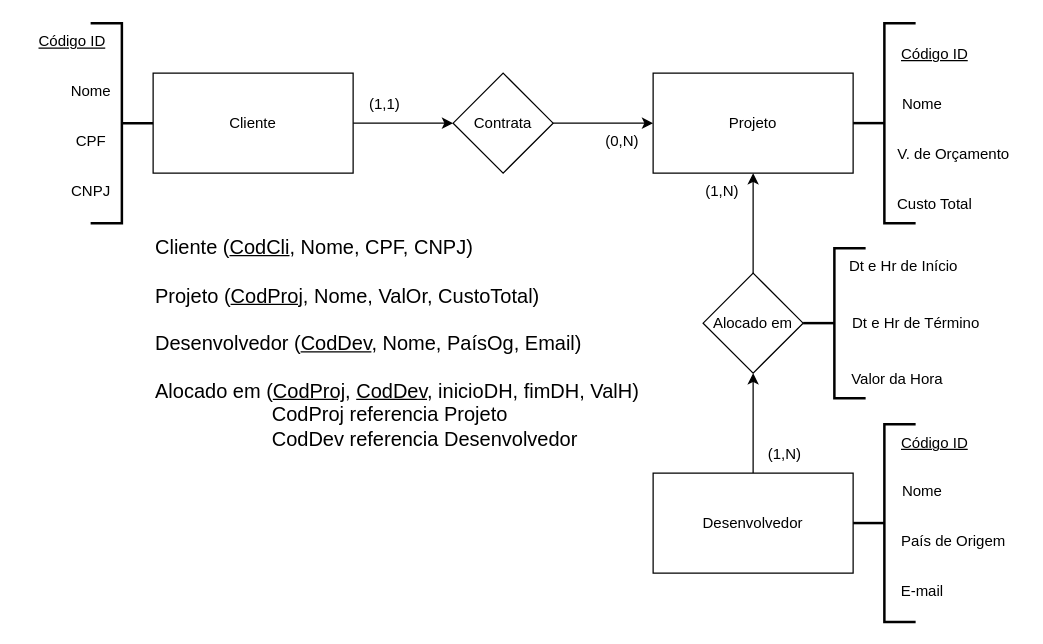
Earlier version of the draw.io diagram Diagramas/diagrama P2.drawio (BrunoYamacutiFatarelli/drawio). Source tidied: cells renumbered, new cells numbered last; positions are measured from the earlier drawing's top-left corner, leaving out a move shared by most shapes. Both pictures are drawn from the tidied source at 125%, with x=0, y=0 at pixel (21, 22).
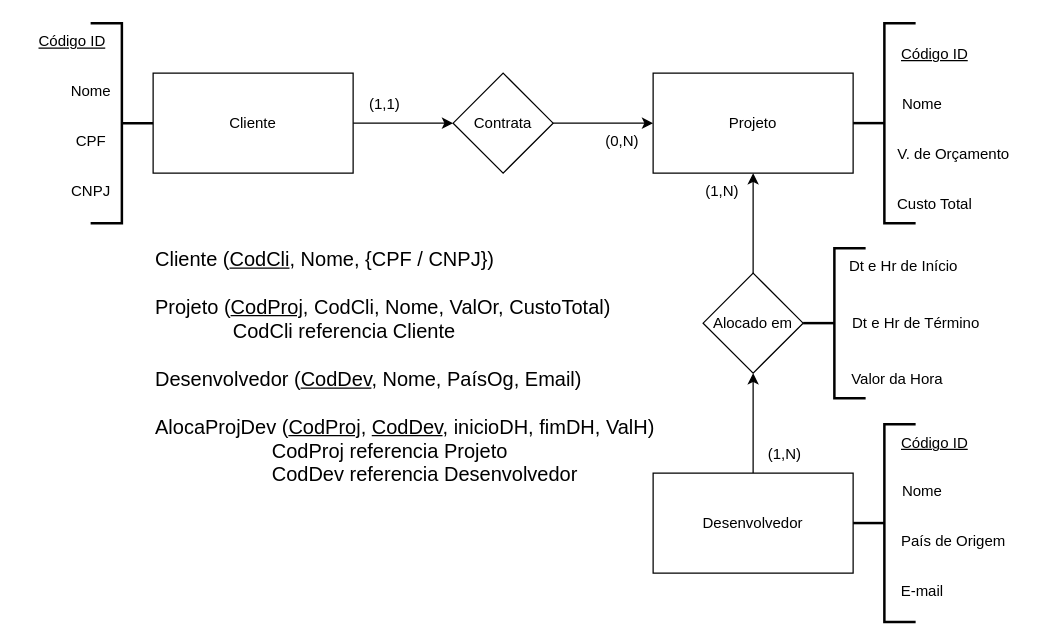
The same page after the edit.

The edit, as a diff of the source:
```diff
@@
-    <mxCell id="34" value="Cliente (&lt;u style=&quot;font-size: 16px;&quot;&gt;CodCli&lt;/u&gt;, Nome, CPF, CNPJ)&lt;div style=&quot;font-size: 16px;&quot;&gt;&lt;br style=&quot;font-size: 16px;&quot;&gt;&lt;/div&gt;&lt;div style=&quot;font-size: 16px;&quot;&gt;Projeto (&lt;u style=&quot;font-size: 16px;&quot;&gt;CodProj&lt;/u&gt;, Nome, ValOr, CustoTotal)&lt;/div&gt;&lt;div style=&quot;font-size: 16px;&quot;&gt;&lt;br&gt;&lt;/div&gt;&lt;div style=&quot;font-size: 16px;&quot;&gt;Desenvolvedor (&lt;u&gt;CodDev&lt;/u&gt;, Nome, PaísOg, Email)&lt;/div&gt;&lt;div style=&quot;font-size: 16px;&quot;&gt;&lt;br style=&quot;font-size: 16px;&quot;&gt;&lt;/div&gt;&lt;div style=&quot;font-size: 16px;&quot;&gt;Alocado em (&lt;u style=&quot;font-size: 16px;&quot;&gt;CodProj&lt;/u&gt;, &lt;u style=&quot;font-size: 16px;&quot;&gt;CodDev&lt;/u&gt;, inicioDH, fimDH, ValH)&lt;/div&gt;&lt;div style=&quot;font-size: 16px;&quot;&gt;&amp;nbsp; &amp;nbsp; &amp;nbsp; &amp;nbsp; &amp;nbsp; &amp;nbsp; &amp;nbsp; &amp;nbsp; &amp;nbsp; &amp;nbsp; &amp;nbsp;CodProj referencia Projeto&lt;/div&gt;&lt;div style=&quot;font-size: 16px;&quot;&gt;&amp;nbsp; &amp;nbsp; &amp;nbsp; &amp;nbsp; &amp;nbsp; &amp;nbsp; &amp;nbsp; &amp;nbsp; &amp;nbsp; &amp;nbsp; &amp;nbsp;CodDev referencia Desenvolvedor&lt;/div&gt;" style="text;html=1;align=left;verticalAlign=middle;strokeColor=none;fillColor=none;fontSize=16;" parent="1" vertex="1">
-      <mxGeometry x="105" y="160.9" width="410" height="190" as="geometry" />
+    <mxCell id="34" value="Cliente (&lt;u style=&quot;font-size: 16px;&quot;&gt;CodCli&lt;/u&gt;, Nome, {CPF / CNPJ})&lt;div style=&quot;font-size: 16px;&quot;&gt;&lt;br style=&quot;font-size: 16px;&quot;&gt;&lt;/div&gt;&lt;div style=&quot;font-size: 16px;&quot;&gt;Projeto (&lt;u style=&quot;font-size: 16px;&quot;&gt;CodProj&lt;/u&gt;, CodCli,&amp;nbsp;Nome, ValOr, CustoTotal)&lt;/div&gt;&lt;div style=&quot;font-size: 16px;&quot;&gt;&amp;nbsp; &amp;nbsp; &amp;nbsp; &amp;nbsp; &amp;nbsp; &amp;nbsp; &amp;nbsp; CodCli referencia Cliente&lt;/div&gt;&lt;div style=&quot;font-size: 16px;&quot;&gt;&lt;br&gt;&lt;/div&gt;&lt;div style=&quot;font-size: 16px;&quot;&gt;Desenvolvedor (&lt;u&gt;CodDev&lt;/u&gt;, Nome, PaísOg, Email)&lt;/div&gt;&lt;div style=&quot;font-size: 16px;&quot;&gt;&lt;br style=&quot;font-size: 16px;&quot;&gt;&lt;/div&gt;&lt;div style=&quot;font-size: 16px;&quot;&gt;AlocaProjDev (&lt;u style=&quot;font-size: 16px;&quot;&gt;CodProj&lt;/u&gt;, &lt;u style=&quot;font-size: 16px;&quot;&gt;CodDev&lt;/u&gt;, inicioDH, fimDH, ValH)&lt;/div&gt;&lt;div style=&quot;font-size: 16px;&quot;&gt;&amp;nbsp; &amp;nbsp; &amp;nbsp; &amp;nbsp; &amp;nbsp; &amp;nbsp; &amp;nbsp; &amp;nbsp; &amp;nbsp; &amp;nbsp; &amp;nbsp;CodProj referencia Projeto&lt;/div&gt;&lt;div style=&quot;font-size: 16px;&quot;&gt;&amp;nbsp; &amp;nbsp; &amp;nbsp; &amp;nbsp; &amp;nbsp; &amp;nbsp; &amp;nbsp; &amp;nbsp; &amp;nbsp; &amp;nbsp; &amp;nbsp;CodDev referencia Desenvolvedor&lt;/div&gt;" style="text;html=1;align=left;verticalAlign=middle;strokeColor=none;fillColor=none;fontSize=16;" parent="1" vertex="1">
+      <mxGeometry x="105" y="170" width="420" height="210" as="geometry" />
     </mxCell>
```
